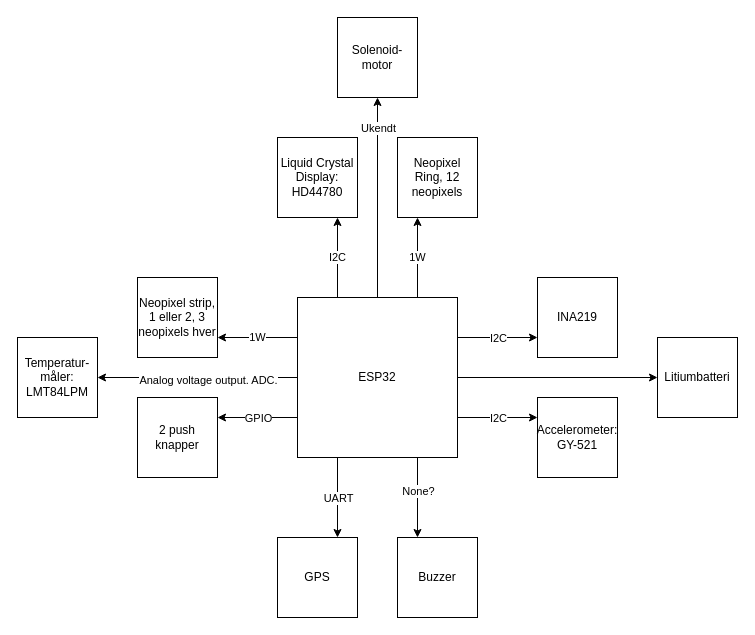
The draw.io diagram Blokdiagram/Blokdiagram.drawio in KEA-E24-B9-IOT1/E24-B9-IoT1, before the edit. Source tidied: cells renumbered, new cells numbered last; positions are measured from the earlier drawing's top-left corner, leaving out a move shared by most shapes. Both pictures are drawn from the tidied source at 100%, with x=0, y=0 at pixel (17, 17).
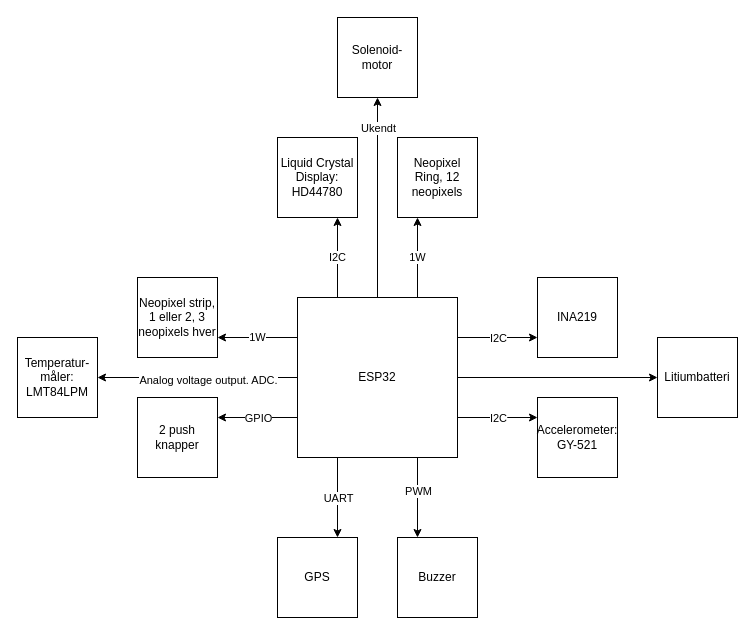
The same page after the edit.

The change refers to these unchanged cells:
```xml
<mxCell id="16" style="edgeStyle=orthogonalEdgeStyle;rounded=0;jettySize=auto;html=1;exitX=0.75;exitY=1;exitDx=0;exitDy=0;entryX=0.25;entryY=0;entryDx=0;entryDy=0;" parent="1" edge="1" source="20" target="23">
  <mxGeometry relative="1" as="geometry" />
</mxCell>
```

What changed in the source:
```diff
@@
-    <mxCell id="17" value="None?" style="edgeLabel;html=1;align=center;verticalAlign=middle;" parent="16" vertex="1">
+    <mxCell id="17" value="PWM" style="edgeLabel;html=1;align=center;verticalAlign=middle;" parent="16" vertex="1">
       <mxGeometry x="-0.17" y="4" relative="1" as="geometry">
         <mxPoint x="-4" as="offset" />
       </mxGeometry>
     </mxCell>
```
